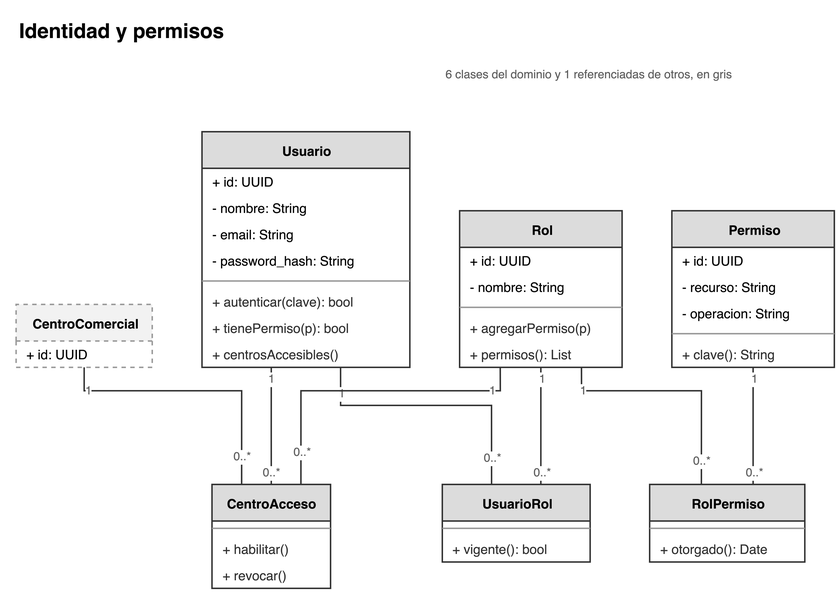
Earlier version of the draw.io export STF/STF/Primera entrega/diagramas/cls_identidad.drawio.png (javieravellanedaa/ShopMetrics-TFI). Source tidied: cells renumbered, new cells last; positions are measured from the earlier drawing's top-left corner, leaving out a move shared by most shapes.
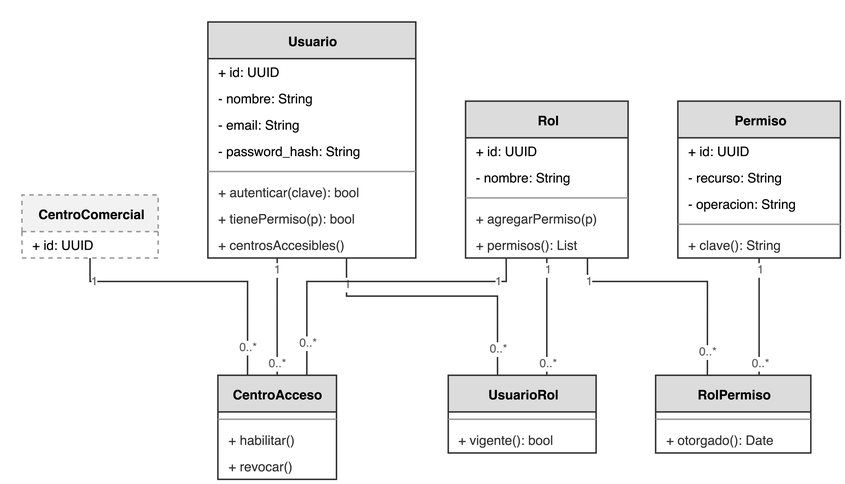
After the commit.

Change to the diagram source:
```diff
@@ -2,12 +2,6 @@
   <root>
     <mxCell id="0" />
     <mxCell id="1" parent="0" />
-    <mxCell id="2" value="Identidad y permisos" style="text;html=1;align=left;verticalAlign=middle;fontSize=14;fontStyle=1;fontColor=#000000;" parent="1" vertex="1">
-      <mxGeometry width="559" height="22" as="geometry" />
-    </mxCell>
-    <mxCell id="3" value="6 clases del dominio y 1 referenciadas de otros, en gris" style="text;html=1;align=right;verticalAlign=middle;fontSize=8;fontColor=#606060;" parent="1" vertex="1">
-      <mxGeometry x="69.5" y="32" width="420" height="18" as="geometry" />
-    </mxCell>
     <mxCell id="4" value="Usuario" style="swimlane;fontStyle=1;align=center;verticalAlign=middle;horizontal=1;startSize=25;html=1;whiteSpace=nowrap;fillColor=#DCDCDC;strokeColor=#333333;fontColor=#000000;swimlaneFillColor=#FFFFFF;fontSize=9;" parent="1" vertex="1">
       <mxGeometry x="127" y="80" width="142" height="161" as="geometry" />
     </mxCell>
```
